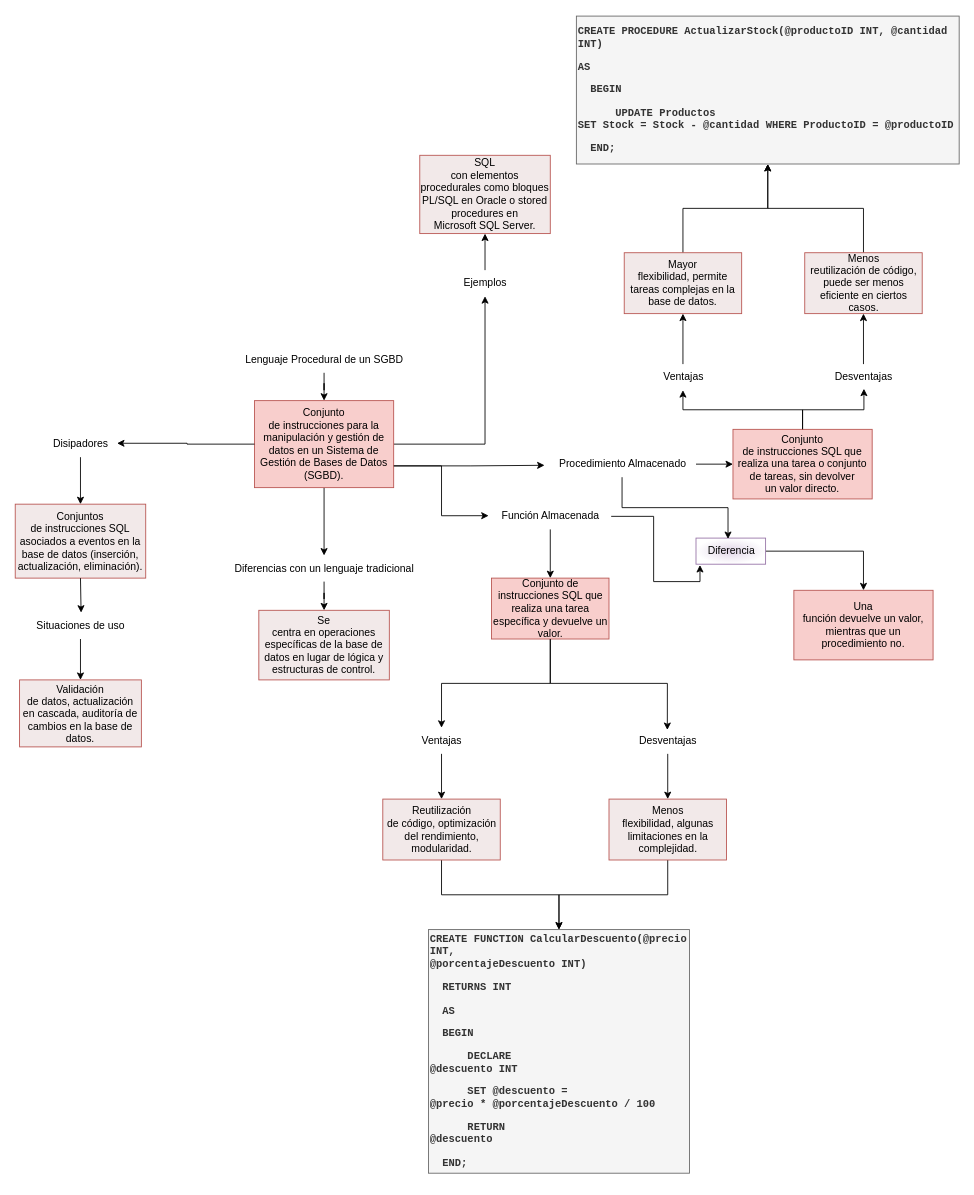
Above: Mapa mixto lenguaje procedural.drawio in misiomishi/itcj (draw.io), before the change. Source tidied: cells renumbered, new cells numbered last; positions are measured from the earlier drawing's top-left corner, leaving out a move shared by most shapes. Both pictures are drawn from the tidied source at 87%, with x=0, y=0 at pixel (15, 16). Pictures stored in the file or linked from it are replaced by grey dashed boxes.
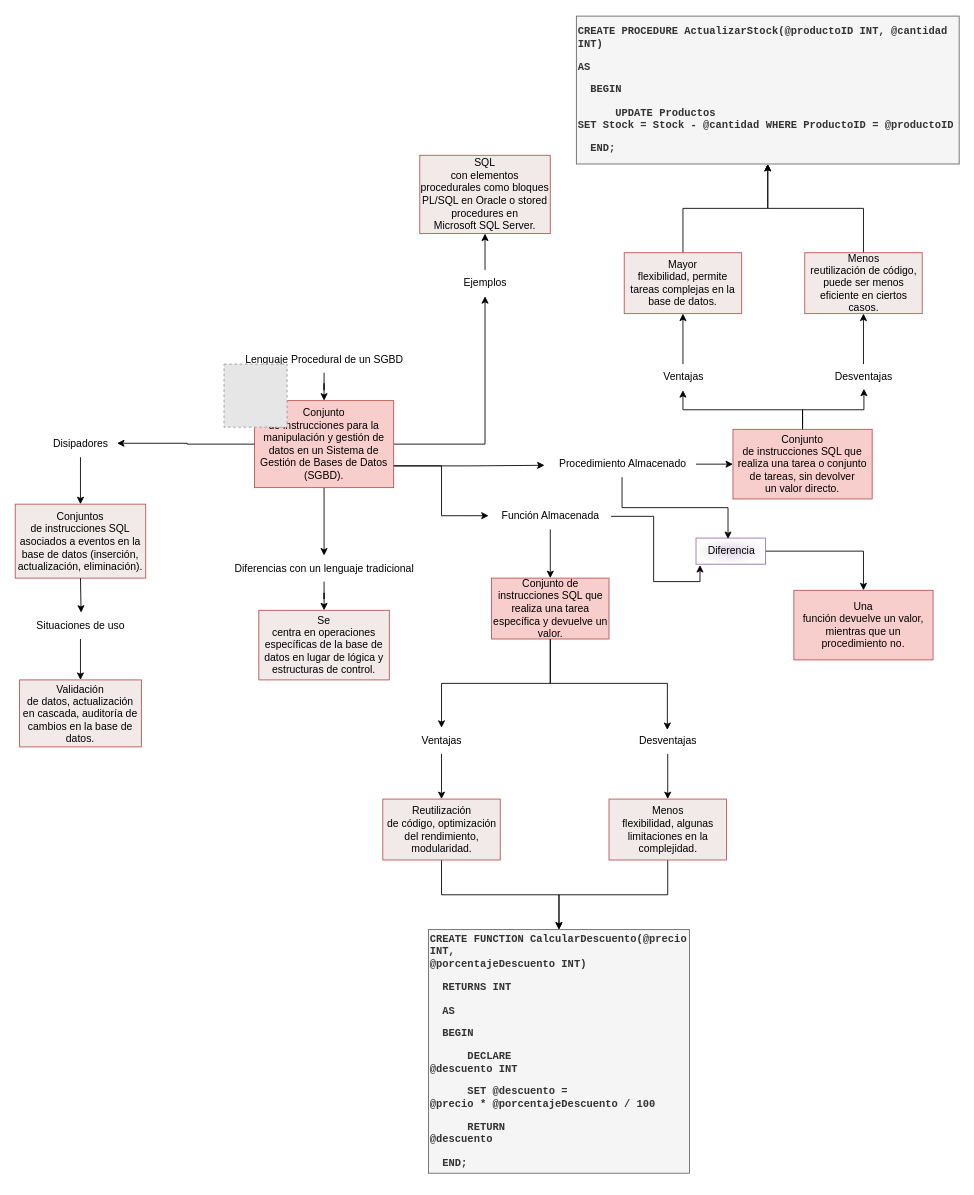
Above is the later version.

What changed in the source:
```diff
@@
+    <mxCell id="56" style="fillColor=#E6E6E6;strokeColor=#999999;dashed=1;verticalLabelPosition=bottom;labelBackgroundColor=default;verticalAlign=top;" parent="1" vertex="1">
+      <mxGeometry x="240" y="400" width="72.5" height="72.5" as="geometry" />
+    </mxCell>
```
